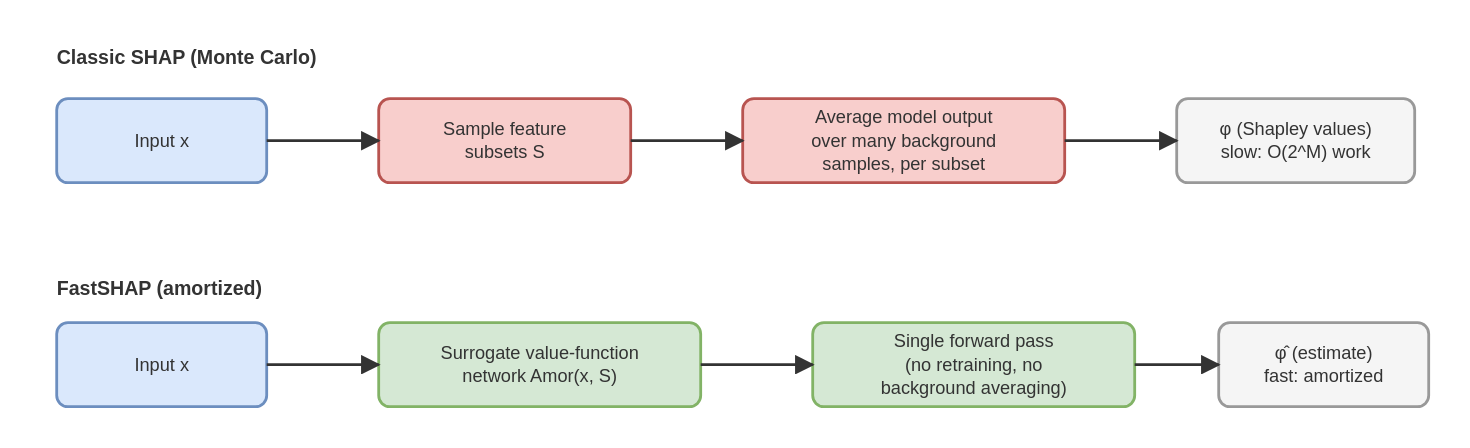
This is posts/explaining-black-box-predictions/diagrams/classic-vs-fastshap.drawio.svg from DMLF1/blog, a draw.io export, as it was before one commit. Source tidied: cells renumbered, new cells last; positions are measured from the earlier drawing's top-left corner, leaving out a move shared by most shapes.
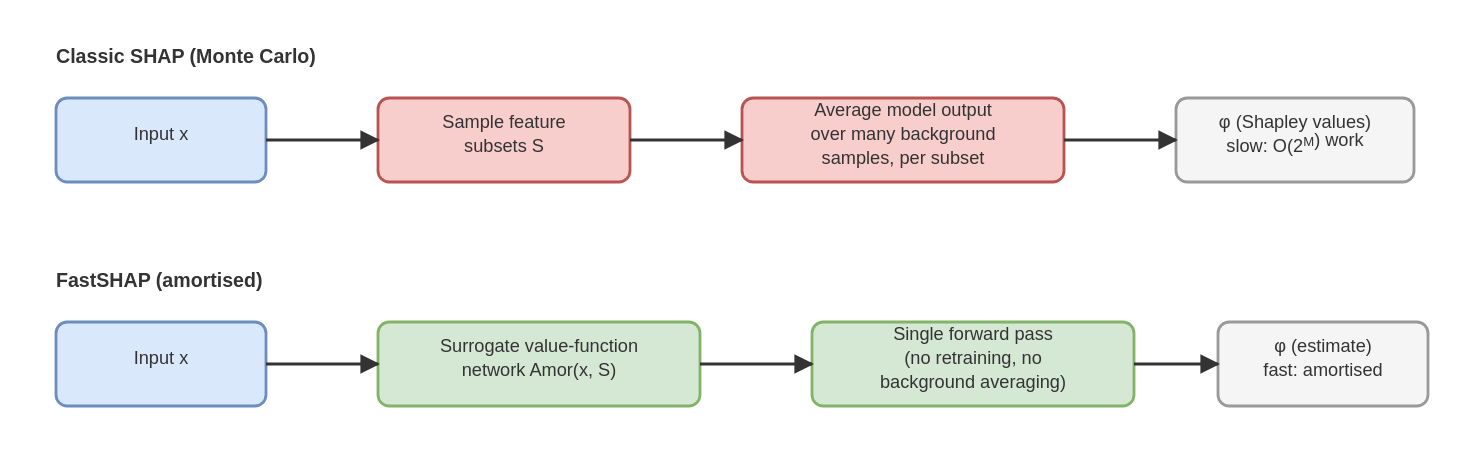
The same file after the commit.

Commit message:
Polish Cutting the per-sample cost: FastSHAP

Diff of the diagram source:
```diff
@@ -2,28 +2,34 @@
   <root>
     <mxCell id="0" />
     <mxCell id="1" parent="0" />
+    <mxCell id="16" value="Classic SHAP (Monte Carlo)" style="text;html=1;align=left;verticalAlign=middle;fontSize=14;fontStyle=1;fontColor=#333333;" parent="1" vertex="1">
+      <mxGeometry y="-43" width="300" height="20" as="geometry" />
+    </mxCell>
     <mxCell id="2" value="Input x" style="rounded=1;whiteSpace=wrap;html=1;fillColor=#dae8fc;strokeColor=#6c8ebf;" parent="1" vertex="1">
       <mxGeometry width="150" height="60" as="geometry" />
     </mxCell>
-    <mxCell id="3" value="Sample feature&#10;subsets S" style="rounded=1;whiteSpace=wrap;html=1;fillColor=#f8cecc;strokeColor=#b85450;" parent="1" vertex="1">
+    <mxCell id="3" value="Sample feature&amp;#10;subsets S" style="rounded=1;whiteSpace=wrap;html=1;fillColor=#f8cecc;strokeColor=#b85450;" parent="1" vertex="1">
       <mxGeometry x="230" width="180" height="60" as="geometry" />
     </mxCell>
-    <mxCell id="4" value="Average model output&#10;over many background&#10;samples, per subset" style="rounded=1;whiteSpace=wrap;html=1;fillColor=#f8cecc;strokeColor=#b85450;" parent="1" vertex="1">
+    <mxCell id="4" value="Average model output&amp;#10;over many background&amp;#10;samples, per subset" style="rounded=1;whiteSpace=wrap;html=1;fillColor=#f8cecc;strokeColor=#b85450;" parent="1" vertex="1">
       <mxGeometry x="490" width="230" height="60" as="geometry" />
     </mxCell>
-    <mxCell id="5" value="phi (Shapley values)&#10;slow: O(2^M) work" style="rounded=1;whiteSpace=wrap;html=1;fillColor=#f5f5f5;strokeColor=#999999;" parent="1" vertex="1">
+    <mxCell id="5" value="φ (Shapley values)&#10;slow: O(2M) work" style="rounded=1;whiteSpace=wrap;html=1;fillColor=#f5f5f5;strokeColor=#999999;" parent="1" vertex="1">
       <mxGeometry x="800" width="170" height="60" as="geometry" />
     </mxCell>
+    <mxCell id="17" value="FastSHAP (amortised)" style="text;html=1;align=left;verticalAlign=middle;fontSize=14;fontStyle=1;fontColor=#333333;" parent="1" vertex="1">
+      <mxGeometry y="117" width="300" height="20" as="geometry" />
+    </mxCell>
     <mxCell id="6" value="Input x" style="rounded=1;whiteSpace=wrap;html=1;fillColor=#dae8fc;strokeColor=#6c8ebf;" parent="1" vertex="1">
       <mxGeometry y="160" width="150" height="60" as="geometry" />
     </mxCell>
-    <mxCell id="7" value="Surrogate value-function&#10;network Amor(x, S)" style="rounded=1;whiteSpace=wrap;html=1;fillColor=#d5e8d4;strokeColor=#82b366;" parent="1" vertex="1">
+    <mxCell id="7" value="Surrogate value-function&amp;#10;network Amor(x, S)" style="rounded=1;whiteSpace=wrap;html=1;fillColor=#d5e8d4;strokeColor=#82b366;" parent="1" vertex="1">
       <mxGeometry x="230" y="160" width="230" height="60" as="geometry" />
     </mxCell>
-    <mxCell id="8" value="Single forward pass&#10;(no retraining, no&#10;background averaging)" style="rounded=1;whiteSpace=wrap;html=1;fillColor=#d5e8d4;strokeColor=#82b366;" parent="1" vertex="1">
+    <mxCell id="8" value="Single forward pass&amp;#10;(no retraining, no&amp;#10;background averaging)" style="rounded=1;whiteSpace=wrap;html=1;fillColor=#d5e8d4;strokeColor=#82b366;" parent="1" vertex="1">
       <mxGeometry x="540" y="160" width="230" height="60" as="geometry" />
     </mxCell>
-    <mxCell id="9" value="phi-hat (estimate)&#10;fast: amortized" style="rounded=1;whiteSpace=wrap;html=1;fillColor=#f5f5f5;strokeColor=#999999;" parent="1" vertex="1">
+    <mxCell id="9" value="φ (estimate)&#10;fast: amortised" style="rounded=1;whiteSpace=wrap;html=1;fillColor=#f5f5f5;strokeColor=#999999;" parent="1" vertex="1">
       <mxGeometry x="830" y="160" width="150" height="60" as="geometry" />
     </mxCell>
     <mxCell id="10" style="edgeStyle=orthogonalEdgeStyle;rounded=0;html=1;endArrow=block;" parent="1" edge="1" source="2" target="3">
```
